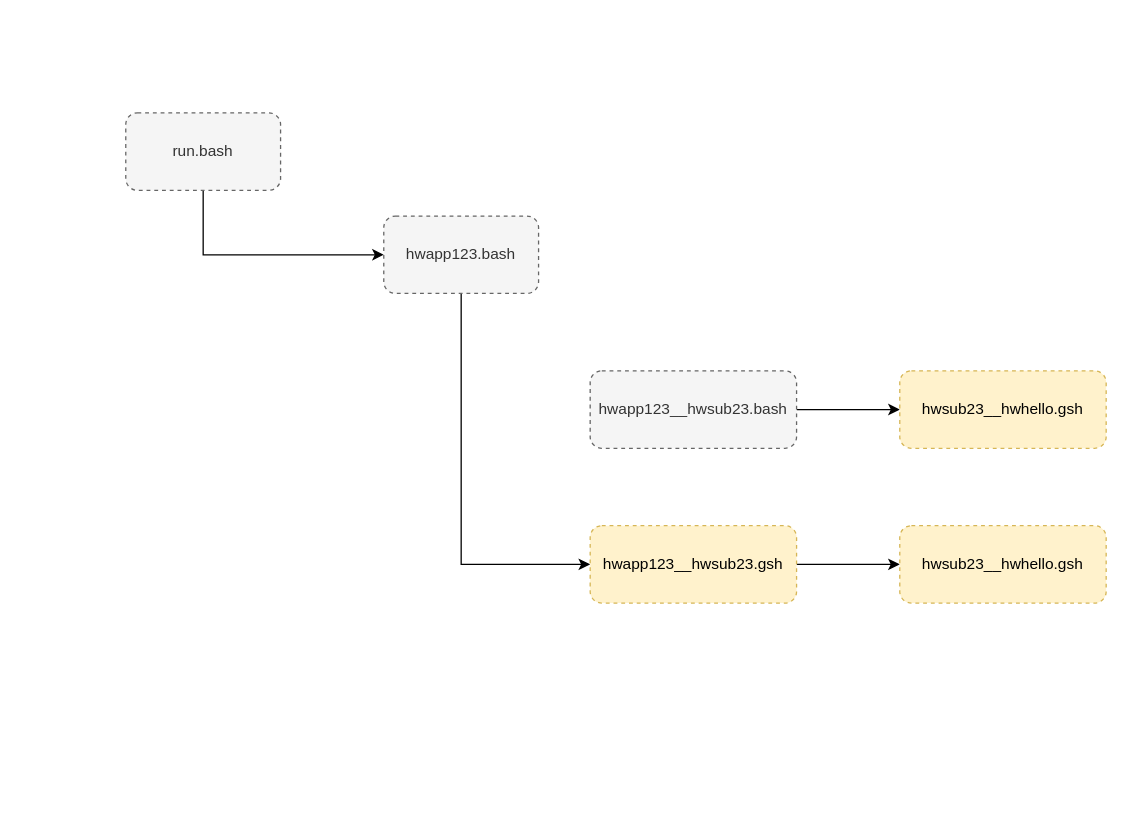
guitarvydas/diagrams-as-syntax keeps this draw.io diagram as page "grash vs bash" (4 of 5) of phase4/connections.drawio. Above is the earlier version. Source tidied: cells renumbered, new cells numbered last; positions are measured from the earlier drawing's top-left corner, leaving out a move shared by most shapes. Both pictures are drawn from the tidied source at 129%, with x=0, y=0 at pixel (125, 112).
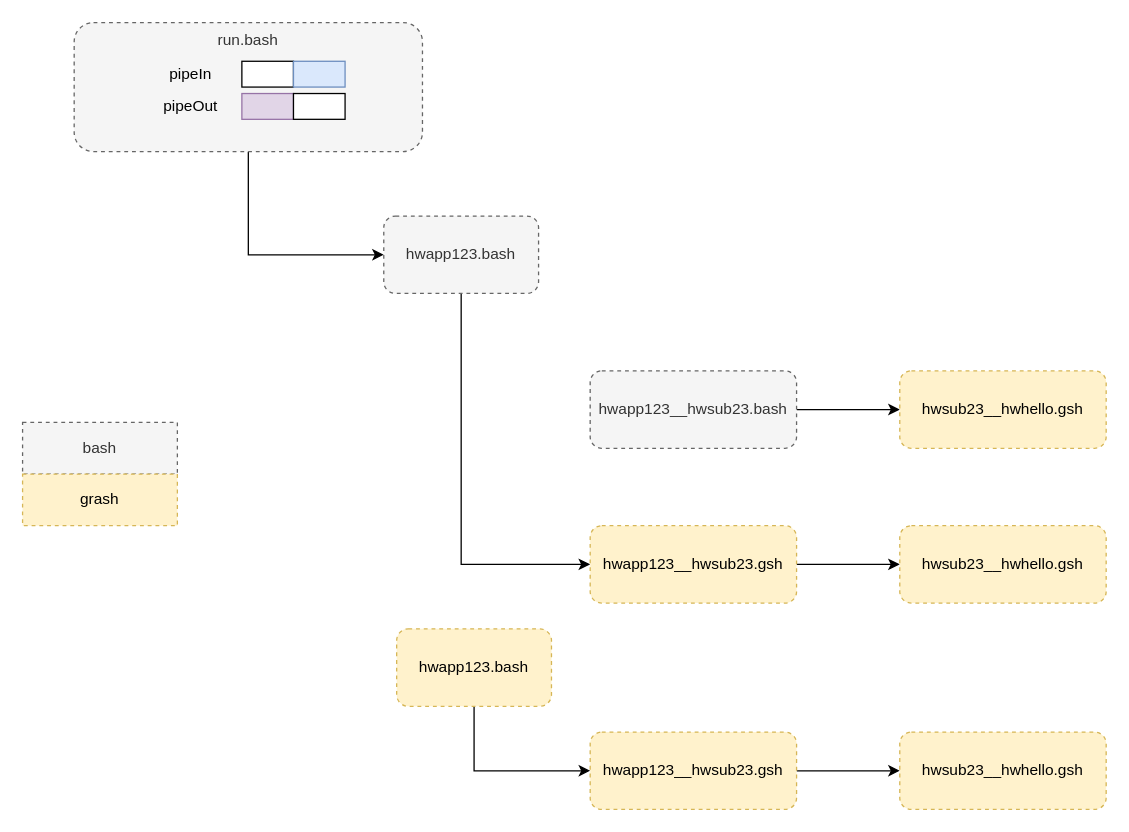
Above is the later version.

Commit message (it also covers changes not shown here):
run.bash invokes hierarchy of grash components

What changed in the source:
```diff
@@
-    <mxCell id="3" value="run.bash" style="rounded=1;whiteSpace=wrap;html=1;dashed=1;fillColor=#f5f5f5;strokeColor=#666666;fontColor=#333333;" parent="1" vertex="1">
-      <mxGeometry width="120" height="60" as="geometry" />
+    <mxCell id="3" value="run.bash" style="rounded=1;whiteSpace=wrap;html=1;dashed=1;fillColor=#f5f5f5;strokeColor=#666666;fontColor=#333333;verticalAlign=top;" parent="1" vertex="1">
+      <mxGeometry x="-40" y="-70" width="270" height="100" as="geometry" />
     </mxCell>
@@
+    <mxCell id="12" style="edgeStyle=orthogonalEdgeStyle;rounded=0;jettySize=auto;html=1;exitX=1;exitY=0.5;exitDx=0;exitDy=0;entryX=0;entryY=0.5;entryDx=0;entryDy=0;" parent="1" edge="1" source="13" target="14">
+      <mxGeometry relative="1" as="geometry" />
+    </mxCell>
+    <mxCell id="13" value="hwapp123__hwsub23.gsh" style="rounded=1;whiteSpace=wrap;html=1;dashed=1;fillColor=#fff2cc;strokeColor=#d6b656;" parent="1" vertex="1">
+      <mxGeometry x="360" y="480" width="160" height="60" as="geometry" />
+    </mxCell>
+    <mxCell id="14" value="hwsub23__hwhello.gsh" style="rounded=1;whiteSpace=wrap;html=1;dashed=1;fillColor=#fff2cc;strokeColor=#d6b656;" parent="1" vertex="1">
+      <mxGeometry x="600" y="480" width="160" height="60" as="geometry" />
+    </mxCell>
+    <mxCell id="15" style="edgeStyle=orthogonalEdgeStyle;rounded=0;jettySize=auto;html=1;exitX=0.5;exitY=1;exitDx=0;exitDy=0;entryX=0;entryY=0.5;entryDx=0;entryDy=0;" parent="1" edge="1" source="16" target="13">
+      <mxGeometry relative="1" as="geometry" />
+    </mxCell>
+    <mxCell id="16" value="hwapp123.bash" style="rounded=1;whiteSpace=wrap;html=1;dashed=1;fillColor=#fff2cc;strokeColor=#d6b656;" parent="1" vertex="1">
+      <mxGeometry x="210" y="400" width="120" height="60" as="geometry" />
+    </mxCell>
+    <mxCell id="17" value="bash" style="rounded=0;whiteSpace=wrap;html=1;dashed=1;fillColor=#f5f5f5;strokeColor=#666666;fontColor=#333333;" parent="1" vertex="1">
+      <mxGeometry x="-80" y="240" width="120" height="40" as="geometry" />
+    </mxCell>
+    <mxCell id="18" value="grash" style="rounded=0;whiteSpace=wrap;html=1;dashed=1;fillColor=#fff2cc;strokeColor=#d6b656;" parent="1" vertex="1">
+      <mxGeometry x="-80" y="280" width="120" height="40" as="geometry" />
+    </mxCell>
+    <mxCell id="19" style="rounded=0;whiteSpace=wrap;html=1;" parent="1" vertex="1">
+      <mxGeometry x="90" y="-40" width="40" height="20" as="geometry" />
+    </mxCell>
+    <mxCell id="20" style="rounded=0;whiteSpace=wrap;html=1;fillColor=#dae8fc;strokeColor=#6c8ebf;" parent="1" vertex="1">
+      <mxGeometry x="130" y="-40" width="40" height="20" as="geometry" />
+    </mxCell>
+    <mxCell id="21" style="rounded=0;whiteSpace=wrap;html=1;fillColor=#e1d5e7;strokeColor=#9673a6;" parent="1" vertex="1">
+      <mxGeometry x="90" y="-15" width="40" height="20" as="geometry" />
+    </mxCell>
+    <mxCell id="22" style="rounded=0;whiteSpace=wrap;html=1;" parent="1" vertex="1">
+      <mxGeometry x="130" y="-15" width="40" height="20" as="geometry" />
+    </mxCell>
+    <mxCell id="23" value="pipeIn" style="text;html=1;align=center;verticalAlign=middle;strokeColor=none;" parent="1" vertex="1">
+      <mxGeometry x="25" y="-40" width="50" height="20" as="geometry" />
+    </mxCell>
+    <mxCell id="24" value="pipeOut" style="text;html=1;align=center;verticalAlign=middle;strokeColor=none;" parent="1" vertex="1">
+      <mxGeometry x="20" y="-15" width="60" height="20" as="geometry" />
+    </mxCell>
```
